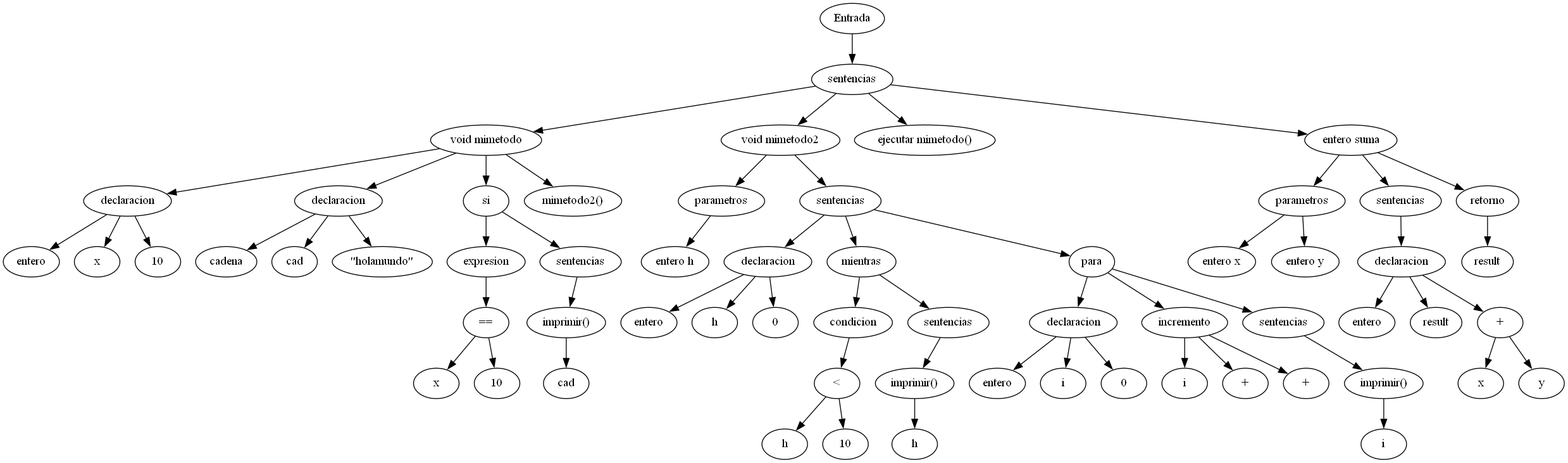
DFacundoPerezN/OLC1Proyecto2_202106538 keeps this Graphviz diagram as Reportes/AST.png. Above is the earlier version. Its source is kept beside it as Reportes/AST.dot. Its diagram source:
```dot
digraph G {
	 graph[layout = dot, rankdir = UD]

n0[label="Entrada"];
n0 -> n1
n1[label="sentencias"];
n1 -> n2
n2[label="void mimetodo"];
n2 -> n3
n3[label="declaracion"];
n3 -> n4
n4[label="entero"];
n3 -> n5
n5[label="x"];
n3 -> n6
n6[label="10"];
n2 -> n7
n7[label="declaracion"];
n7 -> n8
n8[label="cadena"];
n7 -> n9
n9[label="cad"];
n7 -> n10
n10[label="\"holamundo\""];
n2 -> n11
n11[label="si"];
n11 -> n12
n12[label="expresion"];
n12 -> n13
n13[label="=="];
n13 -> n14
n14[label="x"];
n13 -> n15
n15[label="10"];
n11 -> n16
n16[label="sentencias"];
n16 -> n17
n17[label="imprimir()"];
n17 -> n18
n18[label="cad"];
n2 -> n19
n19[label="mimetodo2()"];
n1 -> n20
n20[label="void mimetodo2"];
n20 -> n21
n21[label="parametros"];
n21 -> n22
n22[label="entero h"];
n20 -> n23
n23[label="sentencias"];
n23 -> n24
n24[label="declaracion"];
n24 -> n25
n25[label="entero"];
n24 -> n26
n26[label="h"];
n24 -> n27
n27[label="0"];
n23 -> n28
n28[label="mientras"];
n28 -> n29
n29[label="condicion"];
n29 -> n30
n30[label="<"];
n30 -> n31
n31[label="h"];
n30 -> n32
n32[label="10"];
n28 -> n33
n33[label="sentencias"];
n33 -> n34
n34[label="imprimir()"];
n34 -> n35
n35[label="h"];
n23 -> n36
n36[label="para"];
n36 -> n37
n37[label="declaracion"];
n37 -> n38
n38[label="entero"];
n37 -> n39
n39[label="i"];
n37 -> n40
n40[label="0"];
n36 -> n41
n41[label="incremento"];
n41 -> n42
n42[label="i"];
n41 -> n43
n43[label="+"];
n41 -> n44
n44[label="+"];
n36 -> n45
n45[label="sentencias"];
n45 -> n46
n46[label="imprimir()"];
n46 -> n47
n47[label="i"];
n1 -> n48
n48[label="ejecutar mimetodo()"];
n1 -> n49
n49[label="entero suma"];
n49 -> n50
n50[label="parametros"];
n50 -> n51
n51[label="entero x"];
n50 -> n52
n52[label="entero y"];
n49 -> n53
n53[label="sentencias"];
n53 -> n54
n54[label="declaracion"];
n54 -> n55
n55[label="entero"];
n54 -> n56
n56[label="result"];
n54 -> n57
n57[label="+"];
n57 -> n58
n58[label="x"];
n57 -> n59
n59[label="y"];
n49 -> n60
n60[label="retorno"];
n60 -> n61
n61[label="result"];
}
}
```
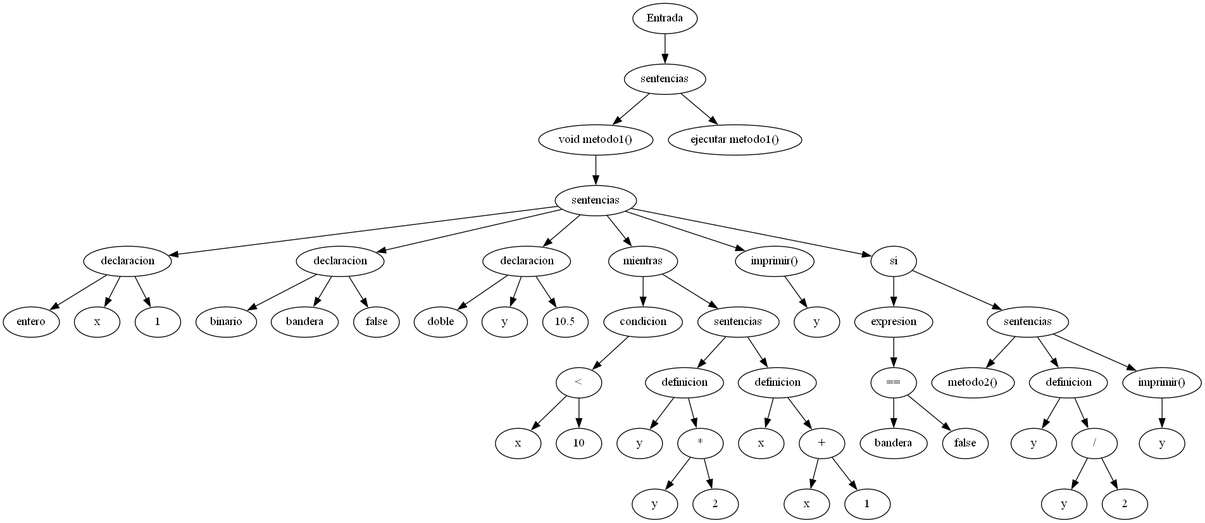
The same file after the commit.

Change to the diagram source:
```diff
@@ -5,124 +5,98 @@
 n0 -> n1
 n1[label="sentencias"];
 n1 -> n2
-n2[label="void mimetodo"];
+n2[label="void metodo1()"];
 n2 -> n3
-n3[label="declaracion"];
+n3[label="sentencias"];
 n3 -> n4
-n4[label="entero"];
-n3 -> n5
-n5[label="x"];
-n3 -> n6
-n6[label="10"];
-n2 -> n7
-n7[label="declaracion"];
-n7 -> n8
-n8[label="cadena"];
-n7 -> n9
-n9[label="cad"];
-n7 -> n10
-n10[label="\"holamundo\""];
-n2 -> n11
-n11[label="si"];
-n11 -> n12
-n12[label="expresion"];
+n4[label="declaracion"];
+n4 -> n5
+n5[label="entero"];
+n4 -> n6
+n6[label="x"];
+n4 -> n7
+n7[label="1"];
+n3 -> n8
+n8[label="declaracion"];
+n8 -> n9
+n9[label="binario"];
+n8 -> n10
+n10[label="bandera"];
+n8 -> n11
+n11[label="false"];
+n3 -> n12
+n12[label="declaracion"];
 n12 -> n13
-n13[label="=="];
-n13 -> n14
-n14[label="x"];
-n13 -> n15
-n15[label="10"];
-n11 -> n16
-n16[label="sentencias"];
+n13[label="doble"];
+n12 -> n14
+n14[label="y"];
+n12 -> n15
+n15[label="10.5"];
+n3 -> n16
+n16[label="mientras"];
 n16 -> n17
-n17[label="imprimir()"];
+n17[label="condicion"];
 n17 -> n18
-n18[label="cad"];
-n2 -> n19
-n19[label="mimetodo2()"];
-n1 -> n20
-n20[label="void mimetodo2"];
-n20 -> n21
-n21[label="parametros"];
+n18[label="<"];
+n18 -> n19
+n19[label="x"];
+n18 -> n20
+n20[label="10"];
+n16 -> n21
+n21[label="sentencias"];
 n21 -> n22
-n22[label="entero h"];
-n20 -> n23
-n23[label="sentencias"];
-n23 -> n24
-n24[label="declaracion"];
+n22[label="definicion"];
+n22 -> n23
+n23[label="y"];
+n22 -> n24
+n24[label="*"];
 n24 -> n25
-n25[label="entero"];
+n25[label="y"];
 n24 -> n26
-n26[label="h"];
-n24 -> n27
-n27[label="0"];
-n23 -> n28
-n28[label="mientras"];
-n28 -> n29
-n29[label="condicion"];
+n26[label="2"];
+n21 -> n27
+n27[label="definicion"];
+n27 -> n28
+n28[label="x"];
+n27 -> n29
+n29[label="+"];
 n29 -> n30
-n30[label="<"];
-n30 -> n31
-n31[label="h"];
-n30 -> n32
-n32[label="10"];
-n28 -> n33
-n33[label="sentencias"];
-n33 -> n34
-n34[label="imprimir()"];
+n30[label="x"];
+n29 -> n31
+n31[label="1"];
+n3 -> n32
+n32[label="imprimir()"];
+n32 -> n33
+n33[label="y"];
+n3 -> n34
+n34[label="si"];
 n34 -> n35
-n35[label="h"];
-n23 -> n36
-n36[label="para"];
+n35[label="expresion"];
+n35 -> n36
+n36[label="=="];
 n36 -> n37
-n37[label="declaracion"];
-n37 -> n38
-n38[label="entero"];
-n37 -> n39
-n39[label="i"];
-n37 -> n40
-n40[label="0"];
-n36 -> n41
-n41[label="incremento"];
+n37[label="bandera"];
+n36 -> n38
+n38[label="false"];
+n34 -> n39
+n39[label="sentencias"];
+n39 -> n40
+n40[label="metodo2()"];
+n39 -> n41
+n41[label="definicion"];
 n41 -> n42
-n42[label="i"];
+n42[label="y"];
 n41 -> n43
-n43[label="+"];
-n41 -> n44
-n44[label="+"];
-n36 -> n45
-n45[label="sentencias"];
-n45 -> n46
+n43[label="/"];
+n43 -> n44
+n44[label="y"];
+n43 -> n45
+n45[label="2"];
+n39 -> n46
 n46[label="imprimir()"];
 n46 -> n47
-n47[label="i"];
+n47[label="y"];
 n1 -> n48
-n48[label="ejecutar mimetodo()"];
-n1 -> n49
-n49[label="entero suma"];
-n49 -> n50
-n50[label="parametros"];
-n50 -> n51
-n51[label="entero x"];
-n50 -> n52
-n52[label="entero y"];
-n49 -> n53
-n53[label="sentencias"];
-n53 -> n54
-n54[label="declaracion"];
-n54 -> n55
-n55[label="entero"];
-n54 -> n56
-n56[label="result"];
-n54 -> n57
-n57[label="+"];
-n57 -> n58
-n58[label="x"];
-n57 -> n59
-n59[label="y"];
-n49 -> n60
-n60[label="retorno"];
-n60 -> n61
-n61[label="result"];
+n48[label="ejecutar metodo1()"];
 }
 }
```
